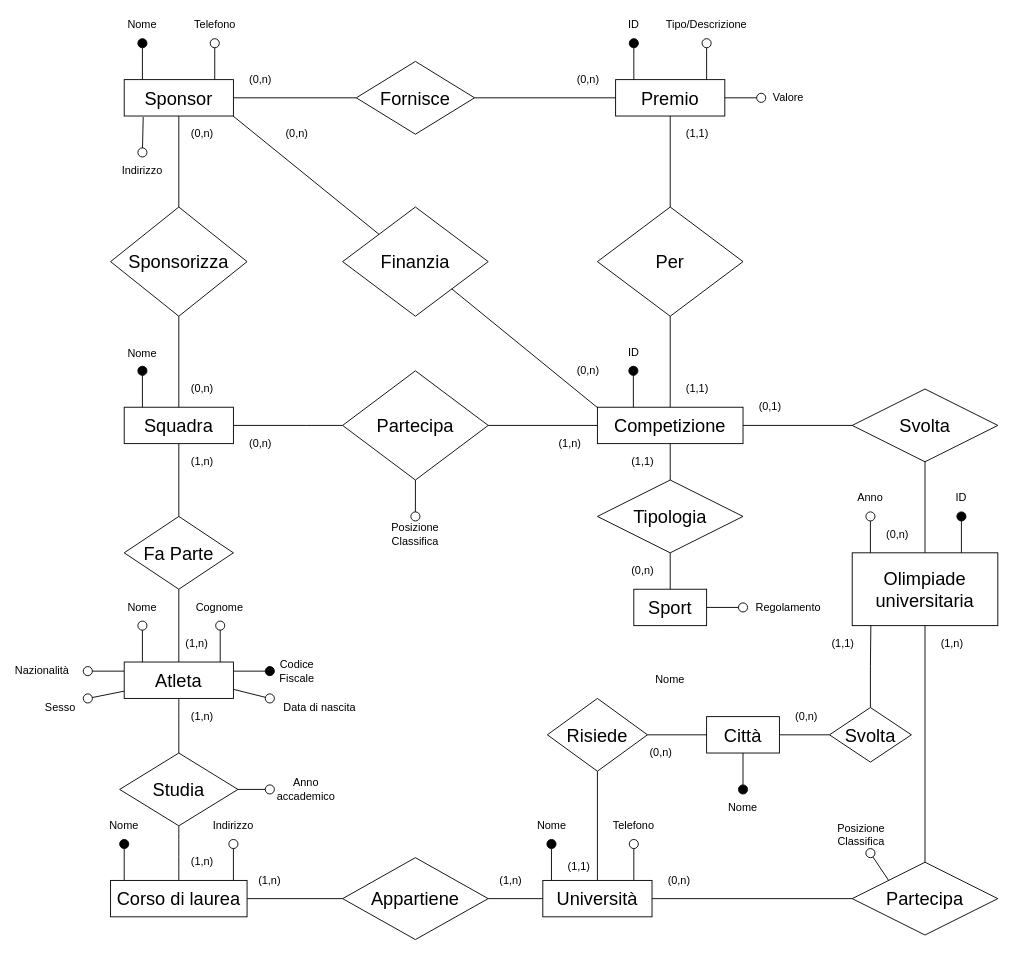
Earlier version of the draw.io diagram page "Schema E-R" (1 of 3) of Olimpiadi studentesche.drawio (giovannivelludo/database-project). Source tidied: cells renumbered, new cells numbered last; positions are measured from the earlier drawing's top-left corner, leaving out a move shared by most shapes. Both pictures are drawn from the tidied source at 91%, with x=0, y=0 at pixel (24, 15).
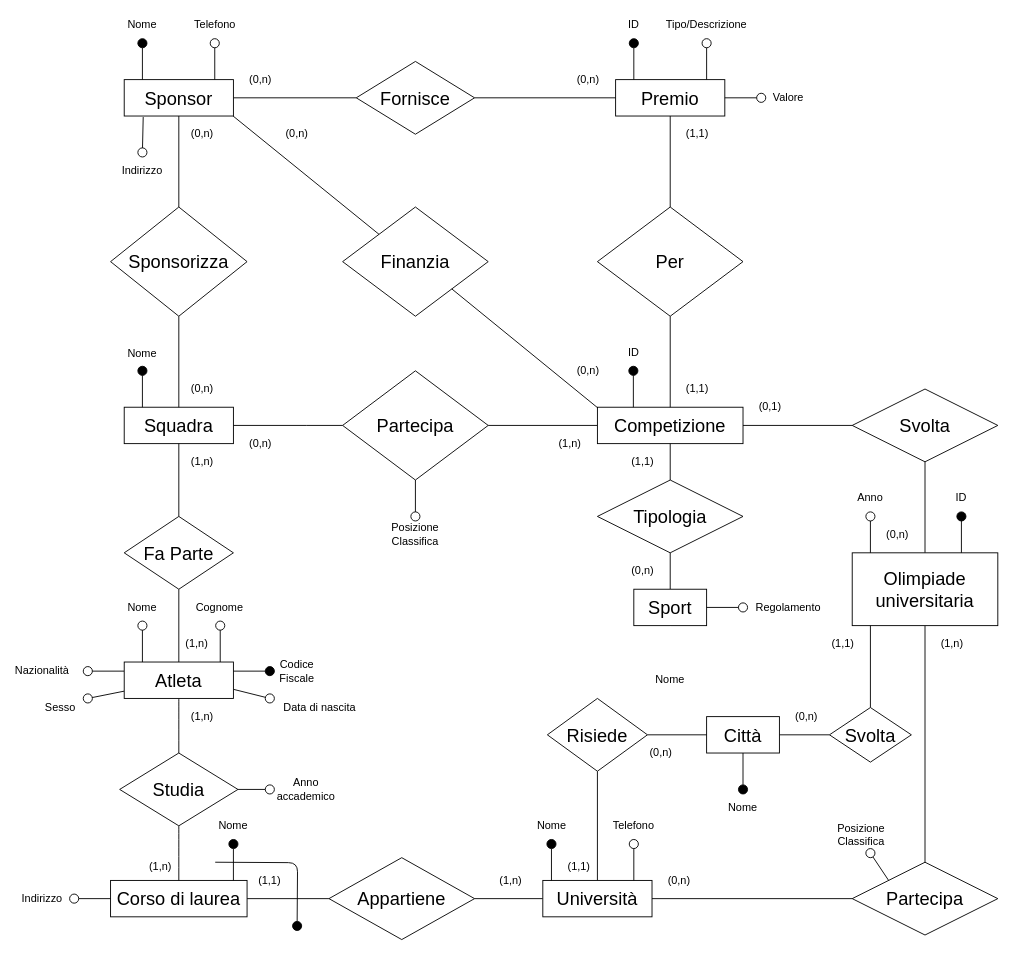
Above is the later version.

Unchanged cells that the change refers to:
```xml
<mxCell id="28" value="&lt;font style=&quot;font-size: 20px&quot;&gt;Olimpiade universitaria&lt;/font&gt;" style="rounded=0;whiteSpace=wrap;html=1;" parent="1" vertex="1">
  <mxGeometry x="910" y="590" width="160" height="80" as="geometry" />
</mxCell>
<mxCell id="120" value="&lt;font style=&quot;font-size: 20px&quot;&gt;Svolta&lt;/font&gt;" style="rhombus;whiteSpace=wrap;html=1;" parent="1" vertex="1">
  <mxGeometry x="885" y="760" width="90" height="60" as="geometry" />
</mxCell>
```

The edit, as a diff of the source:
```diff
@@
     <mxCell id="20" value="Appartiene" style="rhombus;whiteSpace=wrap;html=1;rounded=0;fontSize=20;" parent="1" vertex="1">
-      <mxGeometry x="350" y="925" width="160" height="90" as="geometry" />
+      <mxGeometry x="335" y="925" width="160" height="90" as="geometry" />
     </mxCell>
@@
     <mxCell id="67" value="(1,n)" style="text;html=1;strokeColor=none;fillColor=none;align=center;verticalAlign=middle;whiteSpace=wrap;rounded=0;" parent="1" vertex="1">
-      <mxGeometry x="176" y="920" width="40" height="20" as="geometry" />
+      <mxGeometry x="130" y="925" width="40" height="20" as="geometry" />
     </mxCell>
-    <mxCell id="68" value="(1,n)" style="text;html=1;strokeColor=none;fillColor=none;align=center;verticalAlign=middle;whiteSpace=wrap;rounded=0;" parent="1" vertex="1">
+    <mxCell id="68" value="&lt;div&gt;(1,1)&lt;/div&gt;" style="text;html=1;strokeColor=none;fillColor=none;align=center;verticalAlign=middle;whiteSpace=wrap;rounded=0;" parent="1" vertex="1">
       <mxGeometry x="250" y="940" width="40" height="20" as="geometry" />
     </mxCell>
@@
     <mxCell id="79" style="endArrow=oval;html=1;endFill=1;endSize=10;" parent="1" edge="1">
       <mxGeometry relative="1" as="geometry">
-        <mxPoint x="110" y="950" as="sourcePoint" />
-        <mxPoint x="110" y="910" as="targetPoint" />
+        <mxPoint x="230" y="950" as="sourcePoint" />
+        <mxPoint x="230" y="910" as="targetPoint" />
       </mxGeometry>
     </mxCell>
     <mxCell id="80" value="Nome" style="text;html=1;strokeColor=none;fillColor=none;align=center;verticalAlign=middle;whiteSpace=wrap;rounded=0;" parent="1" vertex="1">
-      <mxGeometry x="90" y="880" width="40" height="20" as="geometry" />
+      <mxGeometry x="210" y="880" width="40" height="20" as="geometry" />
     </mxCell>
@@
-    <mxCell id="107" style="endArrow=oval;html=1;endFill=0;endSize=10;" parent="1" edge="1">
-      <mxGeometry relative="1" as="geometry">
-        <mxPoint x="230" y="950" as="sourcePoint" />
-        <mxPoint x="230" y="910" as="targetPoint" />
-      </mxGeometry>
-    </mxCell>
-    <mxCell id="108" value="Indirizzo" style="text;html=1;strokeColor=none;fillColor=none;align=center;verticalAlign=middle;whiteSpace=wrap;rounded=0;" parent="1" vertex="1">
-      <mxGeometry x="210" y="880" width="40" height="20" as="geometry" />
-    </mxCell>
@@
-    <mxCell id="119" style="edgeStyle=orthogonalEdgeStyle;rounded=0;jettySize=auto;html=1;endArrow=none;endFill=0;entryX=0.128;entryY=1;entryDx=0;entryDy=0;entryPerimeter=0;" parent="1" edge="1" source="120" target="28">
+    <mxCell id="119" style="edgeStyle=none;rounded=1;jettySize=auto;html=1;entryX=0.125;entryY=1;entryDx=0;entryDy=0;entryPerimeter=0;endArrow=none;endFill=0;endSize=10;" parent="1" edge="1" source="120" target="28">
       <mxGeometry relative="1" as="geometry" />
     </mxCell>
@@
+    <mxCell id="108" value="Indirizzo" style="text;html=1;strokeColor=none;fillColor=none;align=center;verticalAlign=middle;whiteSpace=wrap;rounded=0;" parent="1" vertex="1">
+      <mxGeometry y="960" width="40" height="20" as="geometry" />
+    </mxCell>
+    <mxCell id="129" style="rounded=1;orthogonalLoop=1;jettySize=auto;html=1;endArrow=oval;endFill=0;endSize=10;" parent="1" edge="1">
+      <mxGeometry relative="1" as="geometry">
+        <mxPoint x="95" y="970" as="sourcePoint" />
+        <mxPoint x="55" y="970" as="targetPoint" />
+      </mxGeometry>
+    </mxCell>
+    <mxCell id="130" style="endArrow=oval;html=1;edgeStyle=orthogonalEdgeStyle;endFill=1;strokeWidth=1;endSize=10;" parent="1" edge="1">
+      <mxGeometry relative="1" as="geometry">
+        <mxPoint x="210" y="930" as="sourcePoint" />
+        <mxPoint x="300" y="1000" as="targetPoint" />
+      </mxGeometry>
+    </mxCell>
```
